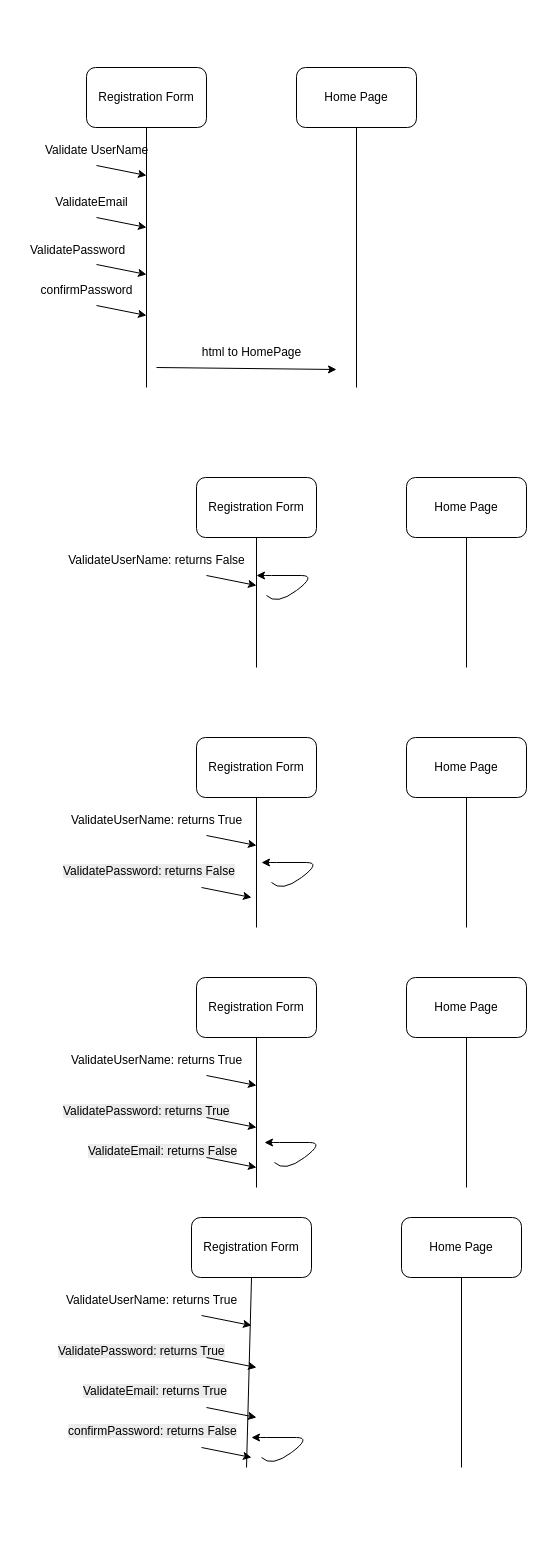
Above: page "Sequence Diagram" (3 of 3) of Design/Software_Design/Registration_sofwareDesign.drawio in Mohamed-Mohsen98/Travel-Advisor-Web-Application (draw.io), before the change. Source tidied: cells renumbered, new cells numbered last; positions are measured from the earlier drawing's top-left corner, leaving out a move shared by most shapes. Both pictures are drawn from the tidied source at 100%, with x=0, y=0 at pixel (17, 67).
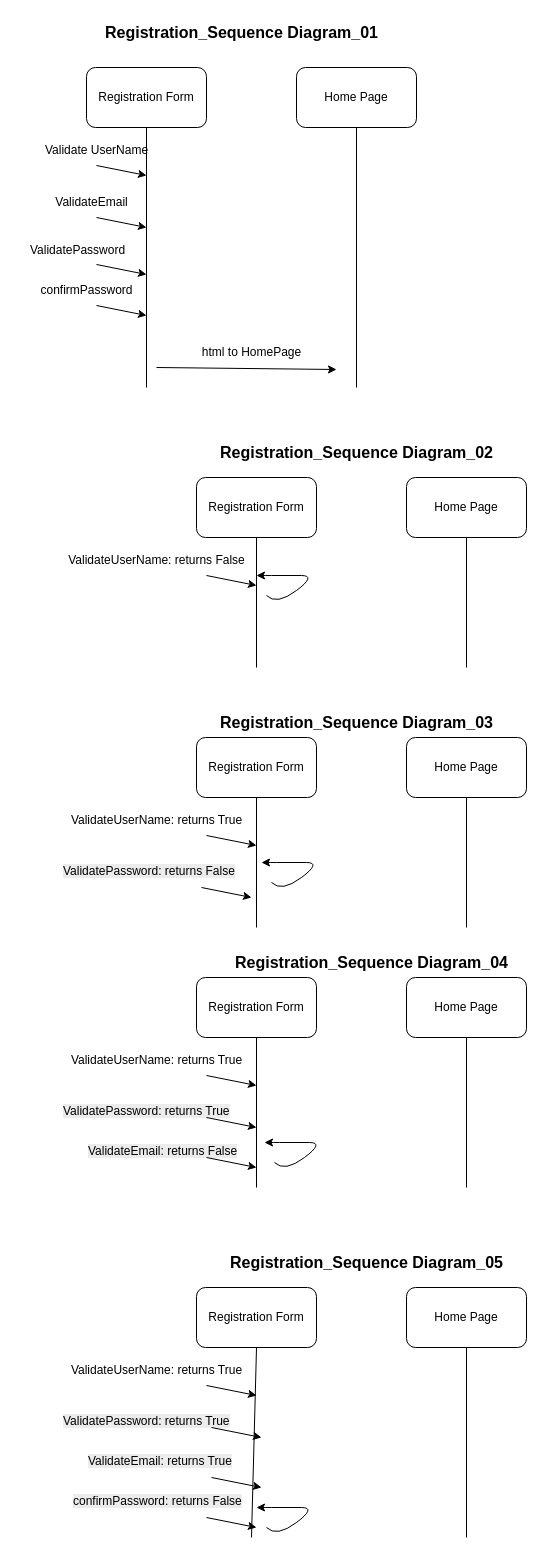
After the change.

Commit message (it also covers changes not shown here):
Registration_SW_Design_V1.1

Add id to degin

Diff of the diagram source:
```diff
@@
     <mxCell id="40" value="Home Page" style="rounded=1;whiteSpace=wrap;html=1;" parent="1" vertex="1">
-      <mxGeometry x="384" y="1150" width="120" height="60" as="geometry" />
+      <mxGeometry x="389" y="1220" width="120" height="60" as="geometry" />
     </mxCell>
     <mxCell id="41" value="Registration Form" style="rounded=1;whiteSpace=wrap;html=1;" parent="1" vertex="1">
-      <mxGeometry x="174" y="1150" width="120" height="60" as="geometry" />
+      <mxGeometry x="179" y="1220" width="120" height="60" as="geometry" />
     </mxCell>
     <mxCell id="42" style="endArrow=none;html=1;rounded=0;" parent="1" edge="1">
       <mxGeometry relative="1" as="geometry">
-        <mxPoint x="229" y="1400" as="sourcePoint" />
-        <mxPoint x="234" y="1210" as="targetPoint" />
+        <mxPoint x="234" y="1470" as="sourcePoint" />
+        <mxPoint x="239" y="1280" as="targetPoint" />
       </mxGeometry>
     </mxCell>
     <mxCell id="43" style="endArrow=none;html=1;rounded=0;" parent="1" edge="1">
       <mxGeometry relative="1" as="geometry">
-        <mxPoint x="444" y="1400" as="sourcePoint" />
-        <mxPoint x="444" y="1210" as="targetPoint" />
+        <mxPoint x="449" y="1470" as="sourcePoint" />
+        <mxPoint x="449" y="1280" as="targetPoint" />
       </mxGeometry>
     </mxCell>
     <mxCell id="44" style="endArrow=classic;html=1;rounded=0;" parent="1" edge="1">
       <mxGeometry relative="1" as="geometry">
-        <mxPoint x="184" y="1248" as="sourcePoint" />
-        <mxPoint x="234" y="1258" as="targetPoint" />
+        <mxPoint x="189" y="1318" as="sourcePoint" />
+        <mxPoint x="239" y="1328" as="targetPoint" />
       </mxGeometry>
     </mxCell>
     <mxCell id="45" value="ValidateUserName: returns True" style="text;html=1;align=center;verticalAlign=middle;strokeColor=none;fillColor=none;" parent="1" vertex="1">
-      <mxGeometry x="39" y="1218" width="190" height="30" as="geometry" />
+      <mxGeometry x="44" y="1288" width="190" height="30" as="geometry" />
     </mxCell>
     <mxCell id="46" style="curved=1;endArrow=classic;html=1;rounded=0;" parent="1" edge="1">
       <mxGeometry relative="1" as="geometry">
-        <mxPoint x="244" y="1390" as="sourcePoint" />
-        <mxPoint x="234" y="1370" as="targetPoint" />
+        <mxPoint x="249" y="1460" as="sourcePoint" />
+        <mxPoint x="239" y="1440" as="targetPoint" />
         <Array as="points">
-          <mxPoint x="254" y="1400" />
-          <mxPoint x="294" y="1370" />
-          <mxPoint x="264" y="1370" />
-          <mxPoint x="234" y="1370" />
-          <mxPoint x="244" y="1370" />
+          <mxPoint x="259" y="1470" />
+          <mxPoint x="299" y="1440" />
+          <mxPoint x="269" y="1440" />
+          <mxPoint x="239" y="1440" />
+          <mxPoint x="249" y="1440" />
         </Array>
       </mxGeometry>
     </mxCell>
     <mxCell id="47" value="&lt;span style=&quot;color: rgb(0, 0, 0); font-family: Helvetica; font-size: 12px; font-style: normal; font-variant-ligatures: normal; font-variant-caps: normal; font-weight: 400; letter-spacing: normal; orphans: 2; text-align: center; text-indent: 0px; text-transform: none; widows: 2; word-spacing: 0px; -webkit-text-stroke-width: 0px; white-space: nowrap; background-color: rgb(236, 236, 236); text-decoration-thickness: initial; text-decoration-style: initial; text-decoration-color: initial; display: inline !important; float: none;&quot;&gt;ValidatePassword: returns True&lt;/span&gt;" style="text;whiteSpace=wrap;html=1;" parent="1" vertex="1">
-      <mxGeometry x="39" y="1270" width="200" height="40" as="geometry" />
+      <mxGeometry x="44" y="1340" width="200" height="40" as="geometry" />
     </mxCell>
     <mxCell id="48" value="&lt;span style=&quot;color: rgb(0, 0, 0); font-family: Helvetica; font-size: 12px; font-style: normal; font-variant-ligatures: normal; font-variant-caps: normal; font-weight: 400; letter-spacing: normal; orphans: 2; text-align: center; text-indent: 0px; text-transform: none; widows: 2; word-spacing: 0px; -webkit-text-stroke-width: 0px; white-space: nowrap; background-color: rgb(236, 236, 236); text-decoration-thickness: initial; text-decoration-style: initial; text-decoration-color: initial; display: inline !important; float: none;&quot;&gt;ValidateEmail: returns True&lt;/span&gt;" style="text;whiteSpace=wrap;html=1;" parent="1" vertex="1">
-      <mxGeometry x="64" y="1310" width="200" height="40" as="geometry" />
+      <mxGeometry x="69" y="1380" width="200" height="40" as="geometry" />
     </mxCell>
     <mxCell id="49" value="&lt;span style=&quot;color: rgb(0, 0, 0); font-family: Helvetica; font-size: 12px; font-style: normal; font-variant-ligatures: normal; font-variant-caps: normal; font-weight: 400; letter-spacing: normal; orphans: 2; text-align: center; text-indent: 0px; text-transform: none; widows: 2; word-spacing: 0px; -webkit-text-stroke-width: 0px; white-space: nowrap; background-color: rgb(236, 236, 236); text-decoration-thickness: initial; text-decoration-style: initial; text-decoration-color: initial; display: inline !important; float: none;&quot;&gt;confirmPassword: returns False&lt;/span&gt;" style="text;whiteSpace=wrap;html=1;" parent="1" vertex="1">
-      <mxGeometry x="49" y="1350" width="180" height="40" as="geometry" />
+      <mxGeometry x="54" y="1420" width="180" height="40" as="geometry" />
     </mxCell>
     <mxCell id="50" style="endArrow=classic;html=1;rounded=0;" parent="1" edge="1">
       <mxGeometry relative="1" as="geometry">
-        <mxPoint x="184" y="1380" as="sourcePoint" />
-        <mxPoint x="234" y="1390" as="targetPoint" />
+        <mxPoint x="189" y="1450" as="sourcePoint" />
+        <mxPoint x="239" y="1460" as="targetPoint" />
       </mxGeometry>
     </mxCell>
     <mxCell id="51" style="endArrow=classic;html=1;rounded=0;" parent="1" edge="1">
       <mxGeometry relative="1" as="geometry">
-        <mxPoint x="189" y="1290" as="sourcePoint" />
-        <mxPoint x="239" y="1300" as="targetPoint" />
+        <mxPoint x="194" y="1360" as="sourcePoint" />
+        <mxPoint x="244" y="1370" as="targetPoint" />
       </mxGeometry>
     </mxCell>
     <mxCell id="52" style="endArrow=classic;html=1;rounded=0;" parent="1" edge="1">
       <mxGeometry relative="1" as="geometry">
-        <mxPoint x="189" y="1340" as="sourcePoint" />
-        <mxPoint x="239" y="1350" as="targetPoint" />
+        <mxPoint x="194" y="1410" as="sourcePoint" />
+        <mxPoint x="244" y="1420" as="targetPoint" />
       </mxGeometry>
     </mxCell>
@@
+    <mxCell id="56" value="&lt;b&gt;&lt;font style=&quot;font-size: 16px;&quot;&gt;Registration_Sequence Diagram_01&lt;/font&gt;&lt;/b&gt;" style="text;html=1;align=center;verticalAlign=middle;strokeColor=none;fillColor=none;" parent="1" vertex="1">
+      <mxGeometry x="74" y="-50" width="300" height="30" as="geometry" />
+    </mxCell>
+    <mxCell id="57" value="&lt;b&gt;&lt;font style=&quot;font-size: 16px;&quot;&gt;Registration_Sequence Diagram_02&lt;/font&gt;&lt;/b&gt;" style="text;html=1;align=center;verticalAlign=middle;strokeColor=none;fillColor=none;" parent="1" vertex="1">
+      <mxGeometry x="189" y="370" width="300" height="30" as="geometry" />
+    </mxCell>
+    <mxCell id="58" value="&lt;b&gt;&lt;font style=&quot;font-size: 16px;&quot;&gt;Registration_Sequence Diagram_03&lt;/font&gt;&lt;/b&gt;" style="text;html=1;align=center;verticalAlign=middle;strokeColor=none;fillColor=none;" parent="1" vertex="1">
+      <mxGeometry x="189" y="640" width="300" height="30" as="geometry" />
+    </mxCell>
+    <mxCell id="59" value="&lt;b&gt;&lt;font style=&quot;font-size: 16px;&quot;&gt;Registration_Sequence Diagram_04&lt;/font&gt;&lt;/b&gt;" style="text;html=1;align=center;verticalAlign=middle;strokeColor=none;fillColor=none;" parent="1" vertex="1">
+      <mxGeometry x="204" y="880" width="300" height="30" as="geometry" />
+    </mxCell>
+    <mxCell id="60" value="&lt;b&gt;&lt;font style=&quot;font-size: 16px;&quot;&gt;Registration_Sequence Diagram_05&lt;/font&gt;&lt;/b&gt;" style="text;html=1;align=center;verticalAlign=middle;strokeColor=none;fillColor=none;" parent="1" vertex="1">
+      <mxGeometry x="199" y="1180" width="300" height="30" as="geometry" />
+    </mxCell>
```
